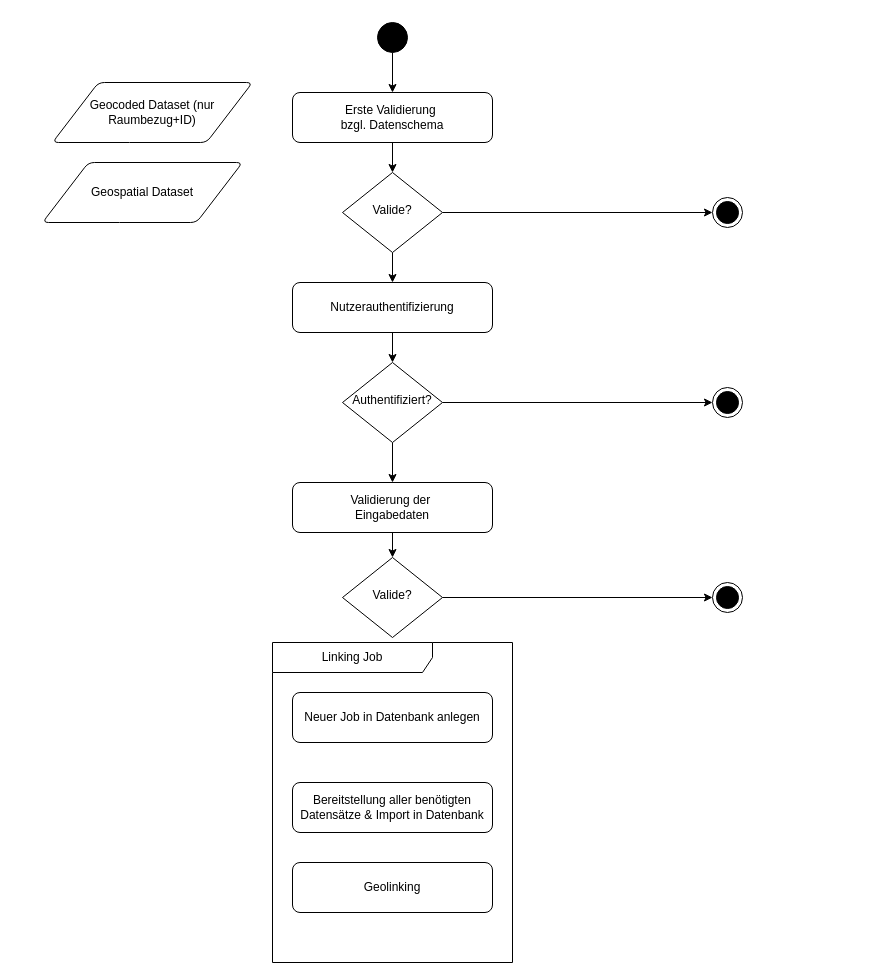
Earlier version of the draw.io diagram sora/sora-geolinking-flowchart_001.drawio (traveller195/draw_io). Source tidied: cells renumbered, new cells numbered last; positions are measured from the earlier drawing's top-left corner, leaving out a move shared by most shapes. Both pictures are drawn from the tidied source at 100%, with x=0, y=0 at pixel (42, 22).
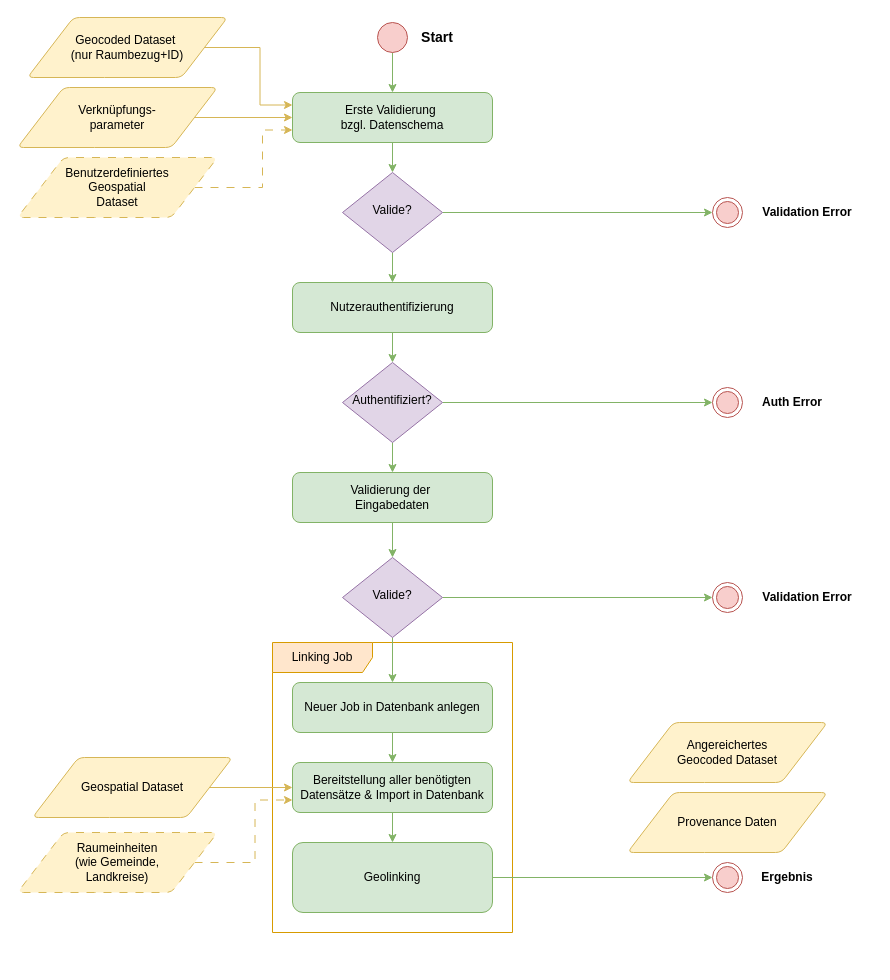
After the change.

Diff of the diagram source:
```diff
@@
-    <mxCell id="2" style="edgeStyle=orthogonalEdgeStyle;rounded=0;jettySize=auto;html=1;exitX=0.5;exitY=1;exitDx=0;exitDy=0;entryX=0.5;entryY=0;entryDx=0;entryDy=0;" parent="1" edge="1" source="3" target="12">
+    <mxCell id="2" style="edgeStyle=orthogonalEdgeStyle;rounded=0;jettySize=auto;html=1;exitX=0.5;exitY=1;exitDx=0;exitDy=0;entryX=0.5;entryY=0;entryDx=0;entryDy=0;fillColor=#d5e8d4;strokeColor=#82b366;" parent="1" edge="1" source="3" target="12">
       <mxGeometry relative="1" as="geometry" />
     </mxCell>
-    <mxCell id="3" value="&lt;div&gt;Erste Validierung&amp;nbsp;&lt;/div&gt;&lt;div&gt;bzgl. Datenschema&lt;/div&gt;" style="rounded=1;whiteSpace=wrap;html=1;fontSize=12;glass=0;strokeWidth=1;shadow=0;" parent="1" vertex="1">
+    <mxCell id="3" value="&lt;div&gt;Erste Validierung&amp;nbsp;&lt;/div&gt;&lt;div&gt;bzgl. Datenschema&lt;/div&gt;" style="rounded=1;whiteSpace=wrap;html=1;fontSize=12;glass=0;strokeWidth=1;shadow=0;fillColor=#d5e8d4;strokeColor=#82b366;" parent="1" vertex="1">
       <mxGeometry x="250" y="70" width="200" height="50" as="geometry" />
     </mxCell>
-    <mxCell id="4" style="edgeStyle=orthogonalEdgeStyle;rounded=0;jettySize=auto;html=1;exitX=0.5;exitY=1;exitDx=0;exitDy=0;entryX=0.5;entryY=0;entryDx=0;entryDy=0;" parent="1" edge="1" source="5" target="3">
+    <mxCell id="4" style="edgeStyle=orthogonalEdgeStyle;rounded=0;jettySize=auto;html=1;exitX=0.5;exitY=1;exitDx=0;exitDy=0;entryX=0.5;entryY=0;entryDx=0;entryDy=0;fillColor=#d5e8d4;strokeColor=#82b366;" parent="1" edge="1" source="5" target="3">
       <mxGeometry relative="1" as="geometry" />
     </mxCell>
-    <mxCell id="5" style="ellipse;fillColor=strokeColor;html=1;" parent="1" vertex="1">
+    <mxCell id="5" style="ellipse;fillColor=#f8cecc;html=1;strokeColor=#b85450;" parent="1" vertex="1">
       <mxGeometry x="335" width="30" height="30" as="geometry" />
     </mxCell>
+    <mxCell id="10" style="edgeStyle=orthogonalEdgeStyle;rounded=0;jettySize=auto;html=1;exitX=1;exitY=0.5;exitDx=0;exitDy=0;entryX=0;entryY=0.5;entryDx=0;entryDy=0;fillColor=#d5e8d4;strokeColor=#82b366;" parent="1" edge="1" source="12" target="13">
+      <mxGeometry relative="1" as="geometry" />
+    </mxCell>
+    <mxCell id="11" style="edgeStyle=orthogonalEdgeStyle;rounded=0;jettySize=auto;html=1;exitX=0.5;exitY=1;exitDx=0;exitDy=0;entryX=0.5;entryY=0;entryDx=0;entryDy=0;fillColor=#d5e8d4;strokeColor=#82b366;" parent="1" edge="1" source="12" target="15">
+      <mxGeometry relative="1" as="geometry" />
+    </mxCell>
-    <mxCell id="6" value="Linking Job" style="shape=umlFrame;whiteSpace=wrap;html=1;width=160;" parent="1" vertex="1">
-      <mxGeometry x="230" y="620" width="240" height="320" as="geometry" />
+    <mxCell id="6" value="Linking Job" style="shape=umlFrame;whiteSpace=wrap;html=1;width=100;height=30;fillColor=#ffe6cc;strokeColor=#d79b00;" parent="1" vertex="1">
+      <mxGeometry x="230" y="620" width="240" height="290" as="geometry" />
     </mxCell>
+    <mxCell id="27" style="edgeStyle=orthogonalEdgeStyle;rounded=0;jettySize=auto;html=1;exitX=0.5;exitY=1;exitDx=0;exitDy=0;entryX=0.5;entryY=0;entryDx=0;entryDy=0;fillColor=#d5e8d4;strokeColor=#82b366;" parent="6" edge="1" source="7" target="8">
+      <mxGeometry relative="1" as="geometry" />
+    </mxCell>
-    <mxCell id="7" value="Neuer Job in Datenbank anlegen" style="rounded=1;whiteSpace=wrap;html=1;fontSize=12;glass=0;strokeWidth=1;shadow=0;" parent="6" vertex="1">
-      <mxGeometry x="20" y="50" width="200" height="50" as="geometry" />
+    <mxCell id="7" value="Neuer Job in Datenbank anlegen" style="rounded=1;whiteSpace=wrap;html=1;fontSize=12;glass=0;strokeWidth=1;shadow=0;fillColor=#d5e8d4;strokeColor=#82b366;" parent="6" vertex="1">
+      <mxGeometry x="20" y="40" width="200" height="50" as="geometry" />
     </mxCell>
+    <mxCell id="28" style="edgeStyle=orthogonalEdgeStyle;rounded=0;jettySize=auto;html=1;exitX=0.5;exitY=1;exitDx=0;exitDy=0;entryX=0.5;entryY=0;entryDx=0;entryDy=0;fillColor=#d5e8d4;strokeColor=#82b366;" parent="6" edge="1" source="8" target="9">
+      <mxGeometry relative="1" as="geometry" />
+    </mxCell>
-    <mxCell id="8" value="Bereitstellung aller benötigten Datensätze &amp;amp; Import in Datenbank" style="rounded=1;whiteSpace=wrap;html=1;fontSize=12;glass=0;strokeWidth=1;shadow=0;" parent="6" vertex="1">
-      <mxGeometry x="20" y="140" width="200" height="50" as="geometry" />
+    <mxCell id="8" value="Bereitstellung aller benötigten Datensätze &amp;amp; Import in Datenbank" style="rounded=1;whiteSpace=wrap;html=1;fontSize=12;glass=0;strokeWidth=1;shadow=0;fillColor=#d5e8d4;strokeColor=#82b366;" parent="6" vertex="1">
+      <mxGeometry x="20" y="120" width="200" height="50" as="geometry" />
     </mxCell>
-    <mxCell id="9" value="Geolinking" style="rounded=1;whiteSpace=wrap;html=1;fontSize=12;glass=0;strokeWidth=1;shadow=0;" parent="6" vertex="1">
-      <mxGeometry x="20" y="220" width="200" height="50" as="geometry" />
+    <mxCell id="9" value="Geolinking" style="rounded=1;whiteSpace=wrap;html=1;fontSize=12;glass=0;strokeWidth=1;shadow=0;fillColor=#d5e8d4;strokeColor=#82b366;" parent="6" vertex="1">
+      <mxGeometry x="20" y="200" width="200" height="70" as="geometry" />
     </mxCell>
-    <mxCell id="10" style="edgeStyle=orthogonalEdgeStyle;rounded=0;jettySize=auto;html=1;exitX=1;exitY=0.5;exitDx=0;exitDy=0;entryX=0;entryY=0.5;entryDx=0;entryDy=0;" parent="1" edge="1" source="12" target="13">
-      <mxGeometry relative="1" as="geometry" />
-    </mxCell>
-    <mxCell id="11" style="edgeStyle=orthogonalEdgeStyle;rounded=0;jettySize=auto;html=1;exitX=0.5;exitY=1;exitDx=0;exitDy=0;entryX=0.5;entryY=0;entryDx=0;entryDy=0;" parent="1" edge="1" source="12" target="15">
-      <mxGeometry relative="1" as="geometry" />
-    </mxCell>
-    <mxCell id="12" value="Valide?" style="rhombus;whiteSpace=wrap;html=1;shadow=0;fontFamily=Helvetica;fontSize=12;align=center;strokeWidth=1;spacing=6;spacingTop=-4;" parent="1" vertex="1">
+    <mxCell id="12" value="Valide?" style="rhombus;whiteSpace=wrap;html=1;shadow=0;fontFamily=Helvetica;fontSize=12;align=center;strokeWidth=1;spacing=6;spacingTop=-4;fillColor=#e1d5e7;strokeColor=#9673a6;" parent="1" vertex="1">
       <mxGeometry x="300" y="150" width="100" height="80" as="geometry" />
     </mxCell>
-    <mxCell id="13" value="ddd" style="ellipse;html=1;shape=endState;fillColor=strokeColor;" parent="1" vertex="1">
+    <mxCell id="13" style="ellipse;html=1;shape=endState;fillColor=#f8cecc;strokeColor=#b85450;" parent="1" vertex="1">
       <mxGeometry x="670" y="175" width="30" height="30" as="geometry" />
     </mxCell>
-    <mxCell id="14" style="edgeStyle=orthogonalEdgeStyle;rounded=0;jettySize=auto;html=1;exitX=0.5;exitY=1;exitDx=0;exitDy=0;entryX=0.5;entryY=0;entryDx=0;entryDy=0;" parent="1" edge="1" source="15" target="18">
+    <mxCell id="14" style="edgeStyle=orthogonalEdgeStyle;rounded=0;jettySize=auto;html=1;exitX=0.5;exitY=1;exitDx=0;exitDy=0;entryX=0.5;entryY=0;entryDx=0;entryDy=0;fillColor=#d5e8d4;strokeColor=#82b366;" parent="1" edge="1" source="15" target="18">
       <mxGeometry relative="1" as="geometry" />
     </mxCell>
-    <mxCell id="15" value="Nutzerauthentifizierung" style="rounded=1;whiteSpace=wrap;html=1;fontSize=12;glass=0;strokeWidth=1;shadow=0;" parent="1" vertex="1">
+    <mxCell id="15" value="Nutzerauthentifizierung" style="rounded=1;whiteSpace=wrap;html=1;fontSize=12;glass=0;strokeWidth=1;shadow=0;fillColor=#d5e8d4;strokeColor=#82b366;" parent="1" vertex="1">
       <mxGeometry x="250" y="260" width="200" height="50" as="geometry" />
     </mxCell>
-    <mxCell id="16" style="edgeStyle=orthogonalEdgeStyle;rounded=0;jettySize=auto;html=1;exitX=1;exitY=0.5;exitDx=0;exitDy=0;entryX=0;entryY=0.5;entryDx=0;entryDy=0;" parent="1" edge="1" source="18" target="19">
+    <mxCell id="16" style="edgeStyle=orthogonalEdgeStyle;rounded=0;jettySize=auto;html=1;exitX=1;exitY=0.5;exitDx=0;exitDy=0;entryX=0;entryY=0.5;entryDx=0;entryDy=0;fillColor=#d5e8d4;strokeColor=#82b366;" parent="1" edge="1" source="18" target="19">
       <mxGeometry relative="1" as="geometry" />
     </mxCell>
-    <mxCell id="17" style="edgeStyle=orthogonalEdgeStyle;rounded=0;jettySize=auto;html=1;exitX=0.5;exitY=1;exitDx=0;exitDy=0;entryX=0.5;entryY=0;entryDx=0;entryDy=0;" parent="1" edge="1" source="18" target="21">
+    <mxCell id="17" style="edgeStyle=orthogonalEdgeStyle;rounded=0;jettySize=auto;html=1;exitX=0.5;exitY=1;exitDx=0;exitDy=0;entryX=0.5;entryY=0;entryDx=0;entryDy=0;fillColor=#d5e8d4;strokeColor=#82b366;" parent="1" edge="1" source="18" target="21">
       <mxGeometry relative="1" as="geometry" />
     </mxCell>
-    <mxCell id="18" value="Authentifiziert?" style="rhombus;whiteSpace=wrap;html=1;shadow=0;fontFamily=Helvetica;fontSize=12;align=center;strokeWidth=1;spacing=6;spacingTop=-4;" parent="1" vertex="1">
+    <mxCell id="18" value="Authentifiziert?" style="rhombus;whiteSpace=wrap;html=1;shadow=0;fontFamily=Helvetica;fontSize=12;align=center;strokeWidth=1;spacing=6;spacingTop=-4;fillColor=#e1d5e7;strokeColor=#9673a6;" parent="1" vertex="1">
       <mxGeometry x="300" y="340" width="100" height="80" as="geometry" />
     </mxCell>
-    <mxCell id="19" value="ddd" style="ellipse;html=1;shape=endState;fillColor=strokeColor;" parent="1" vertex="1">
+    <mxCell id="19" style="ellipse;html=1;shape=endState;fillColor=#f8cecc;strokeColor=#b85450;" parent="1" vertex="1">
       <mxGeometry x="670" y="365" width="30" height="30" as="geometry" />
     </mxCell>
-    <mxCell id="20" style="edgeStyle=orthogonalEdgeStyle;rounded=0;jettySize=auto;html=1;exitX=0.5;exitY=1;exitDx=0;exitDy=0;entryX=0.5;entryY=0;entryDx=0;entryDy=0;" parent="1" edge="1" source="21" target="23">
+    <mxCell id="20" style="edgeStyle=orthogonalEdgeStyle;rounded=0;jettySize=auto;html=1;exitX=0.5;exitY=1;exitDx=0;exitDy=0;entryX=0.5;entryY=0;entryDx=0;entryDy=0;fillColor=#d5e8d4;strokeColor=#82b366;" parent="1" edge="1" source="21" target="23">
       <mxGeometry relative="1" as="geometry" />
     </mxCell>
+    <mxCell id="29" style="edgeStyle=orthogonalEdgeStyle;rounded=0;jettySize=auto;html=1;exitX=0.5;exitY=1;exitDx=0;exitDy=0;entryX=0.5;entryY=0;entryDx=0;entryDy=0;fillColor=#d5e8d4;strokeColor=#82b366;" parent="1" edge="1" source="23" target="7">
+      <mxGeometry relative="1" as="geometry" />
+    </mxCell>
-    <mxCell id="21" value="&lt;div&gt;Validierung der&amp;nbsp;&lt;/div&gt;&lt;div&gt;Eingabedaten&lt;/div&gt;" style="rounded=1;whiteSpace=wrap;html=1;fontSize=12;glass=0;strokeWidth=1;shadow=0;" parent="1" vertex="1">
-      <mxGeometry x="250" y="460" width="200" height="50" as="geometry" />
+    <mxCell id="21" value="&lt;div&gt;Validierung der&amp;nbsp;&lt;/div&gt;&lt;div&gt;Eingabedaten&lt;/div&gt;" style="rounded=1;whiteSpace=wrap;html=1;fontSize=12;glass=0;strokeWidth=1;shadow=0;fillColor=#d5e8d4;strokeColor=#82b366;" parent="1" vertex="1">
+      <mxGeometry x="250" y="450" width="200" height="50" as="geometry" />
     </mxCell>
-    <mxCell id="22" style="edgeStyle=orthogonalEdgeStyle;rounded=0;jettySize=auto;html=1;exitX=1;exitY=0.5;exitDx=0;exitDy=0;entryX=0;entryY=0.5;entryDx=0;entryDy=0;" parent="1" edge="1" source="23" target="24">
+    <mxCell id="22" style="edgeStyle=orthogonalEdgeStyle;rounded=0;jettySize=auto;html=1;exitX=1;exitY=0.5;exitDx=0;exitDy=0;entryX=0;entryY=0.5;entryDx=0;entryDy=0;fillColor=#d5e8d4;strokeColor=#82b366;" parent="1" edge="1" source="23" target="24">
       <mxGeometry relative="1" as="geometry" />
     </mxCell>
-    <mxCell id="23" value="Valide?" style="rhombus;whiteSpace=wrap;html=1;shadow=0;fontFamily=Helvetica;fontSize=12;align=center;strokeWidth=1;spacing=6;spacingTop=-4;" parent="1" vertex="1">
+    <mxCell id="23" value="Valide?" style="rhombus;whiteSpace=wrap;html=1;shadow=0;fontFamily=Helvetica;fontSize=12;align=center;strokeWidth=1;spacing=6;spacingTop=-4;fillColor=#e1d5e7;strokeColor=#9673a6;" parent="1" vertex="1">
       <mxGeometry x="300" y="535" width="100" height="80" as="geometry" />
     </mxCell>
-    <mxCell id="24" value="ddd" style="ellipse;html=1;shape=endState;fillColor=strokeColor;" parent="1" vertex="1">
+    <mxCell id="24" style="ellipse;html=1;shape=endState;fillColor=#f8cecc;strokeColor=#b85450;" parent="1" vertex="1">
       <mxGeometry x="670" y="560" width="30" height="30" as="geometry" />
     </mxCell>
+    <mxCell id="30" style="edgeStyle=orthogonalEdgeStyle;rounded=0;jettySize=auto;html=1;exitX=1;exitY=0.5;exitDx=0;exitDy=0;entryX=0;entryY=0.25;entryDx=0;entryDy=0;fillColor=#fff2cc;strokeColor=#d6b656;" parent="1" edge="1" source="25" target="3">
+      <mxGeometry relative="1" as="geometry" />
+    </mxCell>
-    <mxCell id="25" value="Geocoded Dataset (nur Raumbezug+ID)" style="shape=parallelogram;html=1;strokeWidth=1;perimeter=parallelogramPerimeter;whiteSpace=wrap;rounded=1;arcSize=12;size=0.23;" parent="1" vertex="1">
-      <mxGeometry x="10" y="60" width="200" height="60" as="geometry" />
+    <mxCell id="25" value="&lt;div&gt;Geocoded Dataset&amp;nbsp;&lt;/div&gt;&lt;div&gt;(nur Raumbezug+ID)&lt;/div&gt;" style="shape=parallelogram;html=1;strokeWidth=1;perimeter=parallelogramPerimeter;whiteSpace=wrap;rounded=1;arcSize=12;size=0.23;fillColor=#fff2cc;strokeColor=#d6b656;" parent="1" vertex="1">
+      <mxGeometry x="-15" y="-5" width="200" height="60" as="geometry" />
     </mxCell>
+    <mxCell id="31" style="edgeStyle=orthogonalEdgeStyle;rounded=0;jettySize=auto;html=1;exitX=1;exitY=0.5;exitDx=0;exitDy=0;entryX=0;entryY=0.5;entryDx=0;entryDy=0;fillColor=#fff2cc;strokeColor=#d6b656;" parent="1" edge="1" source="26" target="8">
+      <mxGeometry relative="1" as="geometry" />
+    </mxCell>
-    <mxCell id="26" value="Geospatial Dataset" style="shape=parallelogram;html=1;strokeWidth=1;perimeter=parallelogramPerimeter;whiteSpace=wrap;rounded=1;arcSize=12;size=0.23;" parent="1" vertex="1">
-      <mxGeometry y="140" width="200" height="60" as="geometry" />
+    <mxCell id="26" value="Geospatial Dataset" style="shape=parallelogram;html=1;strokeWidth=1;perimeter=parallelogramPerimeter;whiteSpace=wrap;rounded=1;arcSize=12;size=0.23;fillColor=#fff2cc;strokeColor=#d6b656;" parent="1" vertex="1">
+      <mxGeometry x="-10" y="735" width="200" height="60" as="geometry" />
     </mxCell>
+    <mxCell id="32" style="edgeStyle=orthogonalEdgeStyle;rounded=0;jettySize=auto;html=1;exitX=1;exitY=0.5;exitDx=0;exitDy=0;entryX=0;entryY=0.75;entryDx=0;entryDy=0;dashed=1;dashPattern=8 8;fillColor=#fff2cc;strokeColor=#d6b656;" parent="1" edge="1" source="33" target="8">
+      <mxGeometry relative="1" as="geometry" />
+    </mxCell>
+    <mxCell id="33" value="Raumeinheiten&lt;br&gt;(wie Gemeinde, &lt;br&gt;Landkreise)" style="shape=parallelogram;html=1;strokeWidth=1;perimeter=parallelogramPerimeter;whiteSpace=wrap;rounded=1;arcSize=12;size=0.23;dashed=1;dashPattern=8 8;fillColor=#fff2cc;strokeColor=#d6b656;" parent="1" vertex="1">
+      <mxGeometry x="-25" y="810" width="200" height="60" as="geometry" />
+    </mxCell>
+    <mxCell id="34" style="ellipse;html=1;shape=endState;fillColor=#f8cecc;strokeColor=#b85450;" parent="1" vertex="1">
+      <mxGeometry x="670" y="840" width="30" height="30" as="geometry" />
+    </mxCell>
+    <mxCell id="35" style="edgeStyle=orthogonalEdgeStyle;rounded=0;jettySize=auto;html=1;exitX=1;exitY=0.5;exitDx=0;exitDy=0;entryX=0;entryY=0.5;entryDx=0;entryDy=0;fillColor=#d5e8d4;strokeColor=#82b366;" parent="1" edge="1" source="9" target="34">
+      <mxGeometry relative="1" as="geometry" />
+    </mxCell>
+    <mxCell id="36" style="edgeStyle=orthogonalEdgeStyle;rounded=0;jettySize=auto;html=1;exitX=1;exitY=0.5;exitDx=0;exitDy=0;entryX=0;entryY=0.5;entryDx=0;entryDy=0;fillColor=#fff2cc;strokeColor=#d6b656;" parent="1" edge="1" source="37" target="3">
+      <mxGeometry relative="1" as="geometry" />
+    </mxCell>
+    <mxCell id="37" value="&lt;div&gt;Verknüpfungs-&lt;/div&gt;&lt;div&gt;parameter&lt;br&gt;&lt;/div&gt;" style="shape=parallelogram;html=1;strokeWidth=1;perimeter=parallelogramPerimeter;whiteSpace=wrap;rounded=1;arcSize=12;size=0.23;fillColor=#fff2cc;strokeColor=#d6b656;" parent="1" vertex="1">
+      <mxGeometry x="-25" y="65" width="200" height="60" as="geometry" />
+    </mxCell>
+    <mxCell id="38" style="edgeStyle=orthogonalEdgeStyle;rounded=0;jettySize=auto;html=1;exitX=1;exitY=0.5;exitDx=0;exitDy=0;entryX=0;entryY=0.75;entryDx=0;entryDy=0;dashed=1;dashPattern=8 8;fillColor=#fff2cc;strokeColor=#d6b656;" parent="1" edge="1" source="39" target="3">
+      <mxGeometry relative="1" as="geometry">
+        <Array as="points">
+          <mxPoint x="220" y="165" />
+          <mxPoint x="220" y="108" />
+        </Array>
+      </mxGeometry>
+    </mxCell>
+    <mxCell id="39" value="Benutzerdefiniertes&lt;br&gt;Geospatial&lt;br&gt;Dataset" style="shape=parallelogram;html=1;strokeWidth=1;perimeter=parallelogramPerimeter;whiteSpace=wrap;rounded=1;arcSize=12;size=0.23;dashed=1;dashPattern=8 8;fillColor=#fff2cc;strokeColor=#d6b656;" parent="1" vertex="1">
+      <mxGeometry x="-25" y="135" width="200" height="60" as="geometry" />
+    </mxCell>
+    <mxCell id="40" value="Angereichertes&lt;br&gt;Geocoded Dataset" style="shape=parallelogram;html=1;strokeWidth=1;perimeter=parallelogramPerimeter;whiteSpace=wrap;rounded=1;arcSize=12;size=0.23;fillColor=#fff2cc;strokeColor=#d6b656;" parent="1" vertex="1">
+      <mxGeometry x="585" y="700" width="200" height="60" as="geometry" />
+    </mxCell>
+    <mxCell id="41" value="Provenance Daten" style="shape=parallelogram;html=1;strokeWidth=1;perimeter=parallelogramPerimeter;whiteSpace=wrap;rounded=1;arcSize=12;size=0.23;fillColor=#fff2cc;strokeColor=#d6b656;" parent="1" vertex="1">
+      <mxGeometry x="585" y="770" width="200" height="60" as="geometry" />
+    </mxCell>
+    <mxCell id="42" value="&lt;b&gt;&lt;font style=&quot;font-size: 14px;&quot;&gt;Start&lt;/font&gt;&lt;/b&gt;" style="text;html=1;align=center;verticalAlign=middle;whiteSpace=wrap;rounded=0;" parent="1" vertex="1">
+      <mxGeometry x="365" width="60" height="30" as="geometry" />
+    </mxCell>
+    <mxCell id="43" value="&lt;div align=&quot;left&quot;&gt;&lt;b&gt;Validation Error&lt;/b&gt;&lt;br&gt;&lt;/div&gt;" style="text;html=1;align=center;verticalAlign=middle;whiteSpace=wrap;rounded=0;" parent="1" vertex="1">
+      <mxGeometry x="700" y="175" width="130" height="30" as="geometry" />
+    </mxCell>
+    <mxCell id="44" value="&lt;div align=&quot;left&quot;&gt;&lt;b&gt;Validation Error&lt;/b&gt;&lt;br&gt;&lt;/div&gt;" style="text;html=1;align=center;verticalAlign=middle;whiteSpace=wrap;rounded=0;" parent="1" vertex="1">
+      <mxGeometry x="700" y="560" width="130" height="30" as="geometry" />
+    </mxCell>
+    <mxCell id="45" value="&lt;div align=&quot;left&quot;&gt;&lt;b&gt;Auth Error&lt;/b&gt;&lt;br&gt;&lt;/div&gt;" style="text;html=1;align=center;verticalAlign=middle;whiteSpace=wrap;rounded=0;" parent="1" vertex="1">
+      <mxGeometry x="700" y="365" width="100" height="30" as="geometry" />
+    </mxCell>
+    <mxCell id="46" value="&lt;div align=&quot;left&quot;&gt;&lt;b&gt;Ergebnis&lt;/b&gt;&lt;br&gt;&lt;/div&gt;" style="text;html=1;align=center;verticalAlign=middle;whiteSpace=wrap;rounded=0;" parent="1" vertex="1">
+      <mxGeometry x="690" y="840" width="110" height="30" as="geometry" />
+    </mxCell>
```
